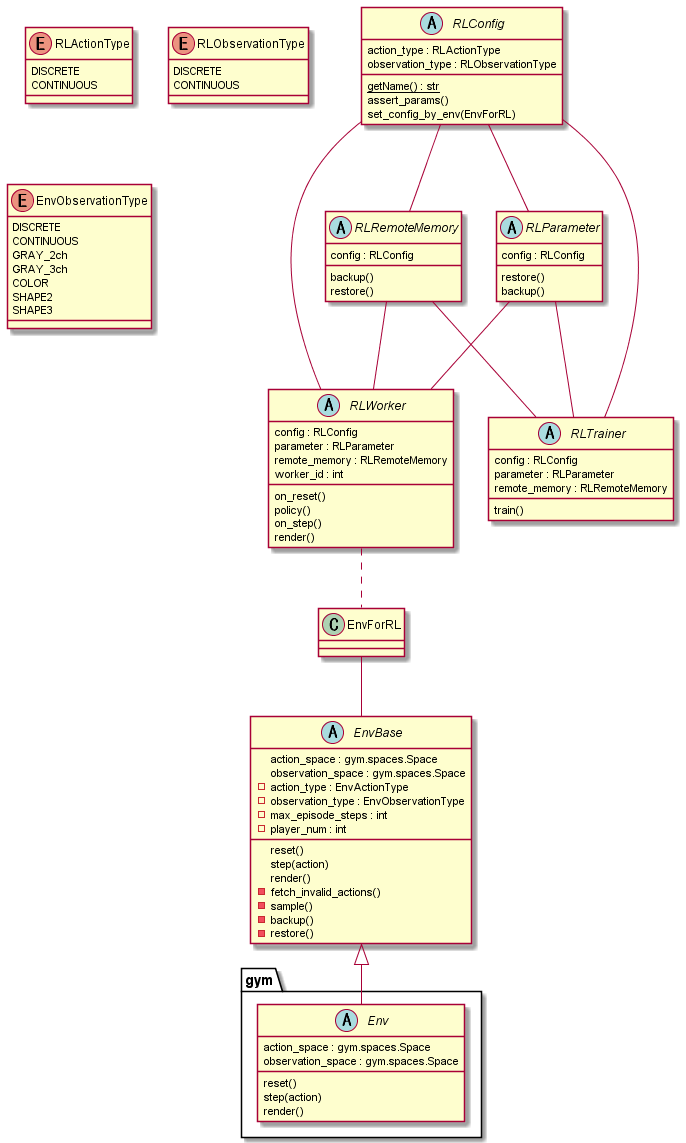
Earlier version of the PlantUML export diagrams/class.png (pocokhc/simple_distributed_rl).
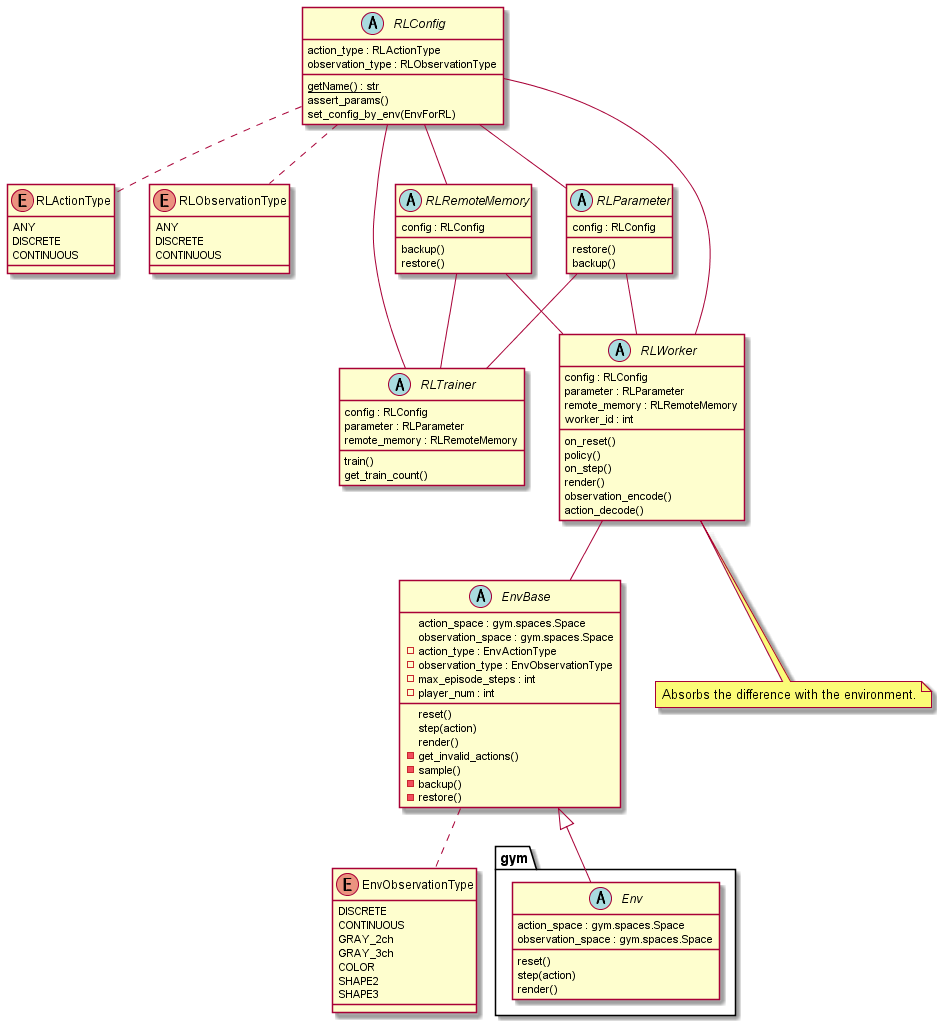
Above is the later version.

The edit, as a diff of the source:
```diff
@@ -1,4 +1,4 @@
-@startuml
+@startuml class
 
 abstract gym.Env {
     action_space : gym.spaces.Space
@@ -8,12 +8,15 @@
     render()
 }
 
+
 enum RLActionType {
+    ANY
     DISCRETE
     CONTINUOUS
 }
 
 enum RLObservationType {
+    ANY
     DISCRETE
     CONTINUOUS
 }
@@ -38,13 +41,11 @@
     - observation_type : EnvObservationType
     - max_episode_steps : int
     - player_num : int
-    - fetch_invalid_actions()
+    - get_invalid_actions()
     - sample()
     - backup()
     - restore()
 }
-
-class EnvForRL
 
 
 abstract RLConfig {
@@ -72,6 +73,7 @@
     parameter : RLParameter
     remote_memory : RLRemoteMemory
     train()
+    get_train_count()
 }
 
 abstract RLWorker {
@@ -83,11 +85,21 @@
     policy()
     on_step()
     render()
+    observation_encode()
+    action_decode()
 }
+
+RLConfig .. RLActionType
+RLConfig .. RLObservationType
 
 
 EnvBase <|-- gym.Env
-EnvForRL -- EnvBase
+EnvBase .. EnvObservationType
+
+RLWorker -- EnvBase
+
+note "Absorbs the difference with the environment." as RLWorkerMemo
+RLWorker .. RLWorkerMemo
 
 RLConfig -- RLWorker
 RLConfig -- RLTrainer
@@ -98,6 +110,5 @@
 RLRemoteMemory -- RLWorker
 RLRemoteMemory -- RLTrainer
 
-RLWorker .. EnvForRL
 
 @enduml
```
